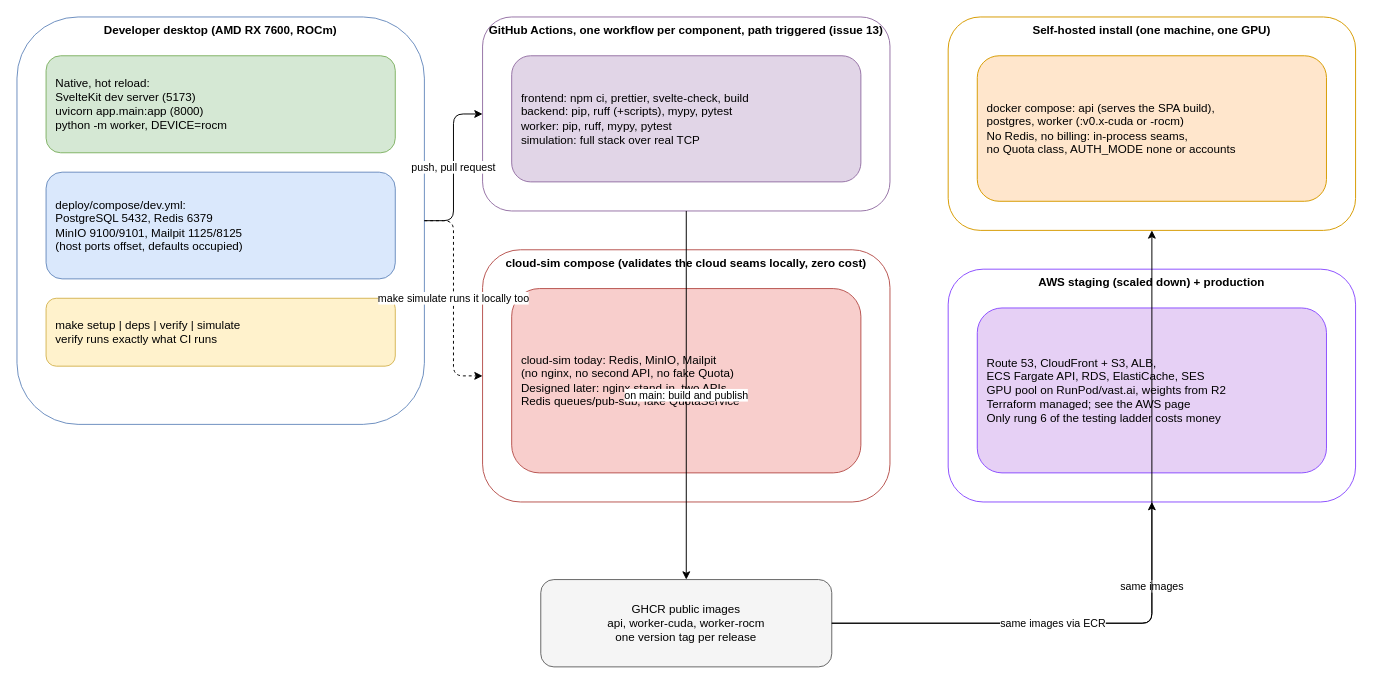
Earlier version of the draw.io diagram page "Environments and setup" (5 of 13) of docs/diagrams/potocolom.drawio (Portocolom-Studio/potocolom). Source tidied: cells renumbered, new cells numbered last; positions are measured from the earlier drawing's top-left corner, leaving out a move shared by most shapes. Both pictures are drawn from the tidied source at 97%, with x=0, y=0 at pixel (16, 16).
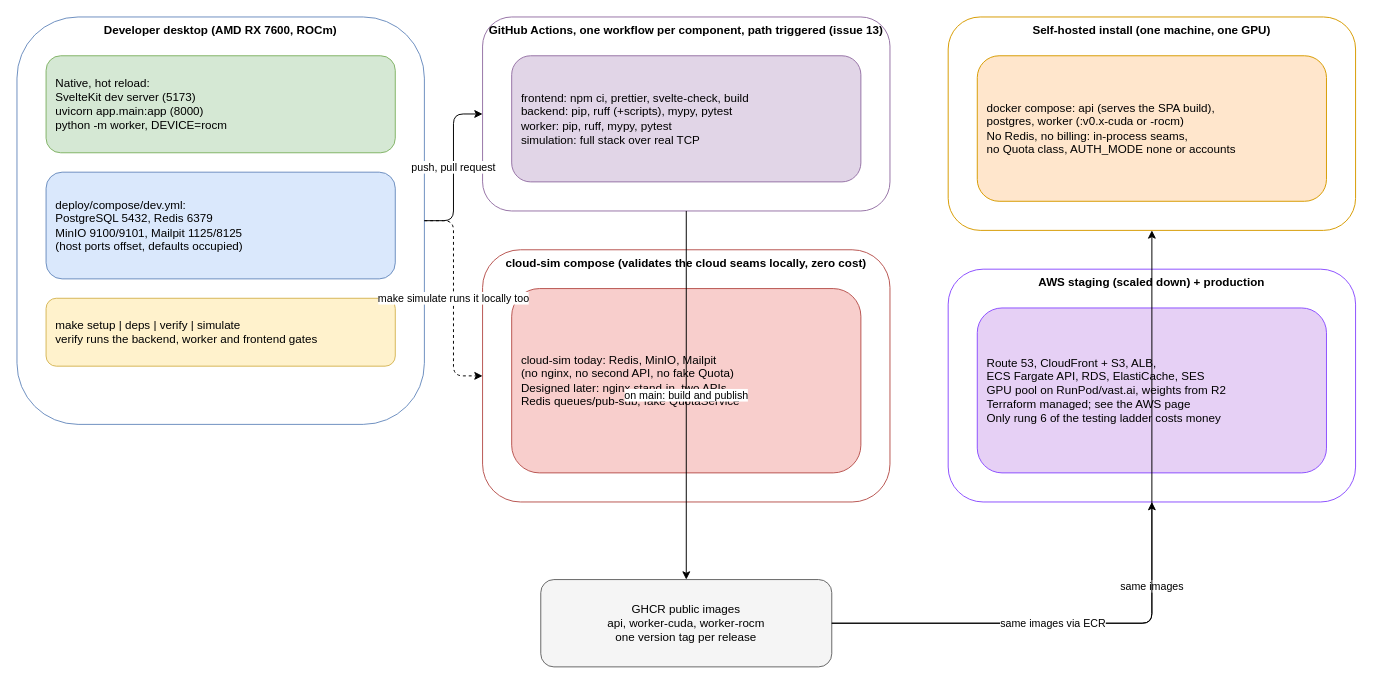
The same page after the edit.

Commit message (it also covers changes not shown here):
Say what make verify runs, and add the GPU release-check tests to it (#880)

Diff of the diagram source:
```diff
@@
 <mxGraphModel>
   <root>
     <mxCell id="0" />
     <mxCell id="1" parent="0" />
     <mxCell id="2" value="Developer desktop (AMD RX 7600, ROCm)" style="rounded=1;whiteSpace=wrap;html=1;verticalAlign=top;fillColor=none;strokeColor=#6c8ebf;fontStyle=1;" parent="1" vertex="1">
       <mxGeometry width="420" height="420" as="geometry" />
     </mxCell>
     <mxCell id="3" value="Native, hot reload:&#10;SvelteKit dev server (5173)&#10;uvicorn app.main:app (8000)&#10;python -m worker, DEVICE=rocm" style="rounded=1;whiteSpace=wrap;html=1;align=left;spacingLeft=8;fillColor=#d5e8d4;strokeColor=#82b366;" parent="1" vertex="1">
       <mxGeometry x="30" y="40" width="360" height="100" as="geometry" />
     </mxCell>
     <mxCell id="4" value="deploy/compose/dev.yml:&#10;PostgreSQL 5432, Redis 6379&#10;MinIO 9100/9101, Mailpit 1125/8125&#10;(host ports offset, defaults occupied)" style="rounded=1;whiteSpace=wrap;html=1;align=left;spacingLeft=8;fillColor=#dae8fc;strokeColor=#6c8ebf;" parent="1" vertex="1">
       <mxGeometry x="30" y="160" width="360" height="110" as="geometry" />
     </mxCell>
-    <mxCell id="5" value="make setup | deps | verify | simulate&#10;verify runs exactly what CI runs" style="rounded=1;whiteSpace=wrap;html=1;align=left;spacingLeft=8;fillColor=#fff2cc;strokeColor=#d6b656;" parent="1" vertex="1">
+    <mxCell id="5" value="make setup | deps | verify | simulate&#10;verify runs the backend, worker and frontend gates" style="rounded=1;whiteSpace=wrap;html=1;align=left;spacingLeft=8;fillColor=#fff2cc;strokeColor=#d6b656;" parent="1" vertex="1">
       <mxGeometry x="30" y="290" width="360" height="70" as="geometry" />
     </mxCell>
     <mxCell id="6" value="GitHub Actions, one workflow per component, path triggered (issue 13)" style="rounded=1;whiteSpace=wrap;html=1;verticalAlign=top;fillColor=none;strokeColor=#9673a6;fontStyle=1;" parent="1" vertex="1">
       <mxGeometry x="480" width="420" height="200" as="geometry" />
     </mxCell>
     <mxCell id="7" value="frontend: npm ci, prettier, svelte-check, build&#10;backend: pip, ruff (+scripts), mypy, pytest&#10;worker: pip, ruff, mypy, pytest&#10;simulation: full stack over real TCP" style="rounded=1;whiteSpace=wrap;html=1;align=left;spacingLeft=8;fillColor=#e1d5e7;strokeColor=#9673a6;" parent="1" vertex="1">
       <mxGeometry x="510" y="40" width="360" height="130" as="geometry" />
     </mxCell>
     <mxCell id="8" value="cloud-sim compose (validates the cloud seams locally, zero cost)" style="rounded=1;whiteSpace=wrap;html=1;verticalAlign=top;fillColor=none;strokeColor=#b85450;fontStyle=1;" parent="1" vertex="1">
       <mxGeometry x="480" y="240" width="420" height="260" as="geometry" />
     </mxCell>
     <mxCell id="9" value="cloud-sim today: Redis, MinIO, Mailpit&#10;(no nginx, no second API, no fake Quota)&#10;Designed later: nginx stand-in, two APIs,&#10;Redis queues/pub-sub, fake QuotaService" style="rounded=1;whiteSpace=wrap;html=1;align=left;spacingLeft=8;fillColor=#f8cecc;strokeColor=#b85450;" parent="1" vertex="1">
       <mxGeometry x="510" y="280" width="360" height="190" as="geometry" />
     </mxCell>
     <mxCell id="10" value="Self-hosted install (one machine, one GPU)" style="rounded=1;whiteSpace=wrap;html=1;verticalAlign=top;fillColor=none;strokeColor=#d79b00;fontStyle=1;" parent="1" vertex="1">
       <mxGeometry x="960" width="420" height="220" as="geometry" />
     </mxCell>
     <mxCell id="11" value="docker compose: api (serves the SPA build),&#10;postgres, worker (:v0.x-cuda or -rocm)&#10;No Redis, no billing: in-process seams,&#10;no Quota class, AUTH_MODE none or accounts" style="rounded=1;whiteSpace=wrap;html=1;align=left;spacingLeft=8;fillColor=#ffe6cc;strokeColor=#d79b00;" parent="1" vertex="1">
       <mxGeometry x="990" y="40" width="360" height="150" as="geometry" />
     </mxCell>
     <mxCell id="12" value="AWS staging (scaled down) + production" style="rounded=1;whiteSpace=wrap;html=1;verticalAlign=top;fillColor=none;strokeColor=#8C4FFF;fontStyle=1;" parent="1" vertex="1">
       <mxGeometry x="960" y="260" width="420" height="240" as="geometry" />
     </mxCell>
     <mxCell id="13" value="Route 53, CloudFront + S3, ALB,&#10;ECS Fargate API, RDS, ElastiCache, SES&#10;GPU pool on RunPod/vast.ai, weights from R2&#10;Terraform managed; see the AWS page&#10;Only rung 6 of the testing ladder costs money" style="rounded=1;whiteSpace=wrap;html=1;align=left;spacingLeft=8;fillColor=#e6d0f5;strokeColor=#8C4FFF;" parent="1" vertex="1">
       <mxGeometry x="990" y="300" width="360" height="170" as="geometry" />
     </mxCell>
     <mxCell id="14" value="GHCR public images&#10;api, worker-cuda, worker-rocm&#10;one version tag per release" style="rounded=1;whiteSpace=wrap;html=1;fillColor=#f5f5f5;strokeColor=#666666;" parent="1" vertex="1">
       <mxGeometry x="540" y="580" width="300" height="90" as="geometry" />
     </mxCell>
     <mxCell id="15" value="push, pull request" style="edgeStyle=orthogonalEdgeStyle;rounded=1;html=1;" parent="1" edge="1" source="2" target="6">
       <mxGeometry relative="1" as="geometry" />
     </mxCell>
     <mxCell id="16" value="make simulate runs it locally too" style="edgeStyle=orthogonalEdgeStyle;rounded=1;html=1;dashed=1;" parent="1" edge="1" source="2" target="8">
       <mxGeometry relative="1" as="geometry" />
     </mxCell>
     <mxCell id="17" value="on main: build and publish" style="edgeStyle=orthogonalEdgeStyle;rounded=1;html=1;" parent="1" edge="1" source="6" target="14">
       <mxGeometry relative="1" as="geometry" />
     </mxCell>
     <mxCell id="18" value="same images" style="edgeStyle=orthogonalEdgeStyle;rounded=1;html=1;" parent="1" edge="1" source="14" target="10">
       <mxGeometry relative="1" as="geometry" />
     </mxCell>
     <mxCell id="19" value="same images via ECR" style="edgeStyle=orthogonalEdgeStyle;rounded=1;html=1;" parent="1" edge="1" source="14" target="12">
       <mxGeometry relative="1" as="geometry" />
     </mxCell>
   </root>
 </mxGraphModel>
```
